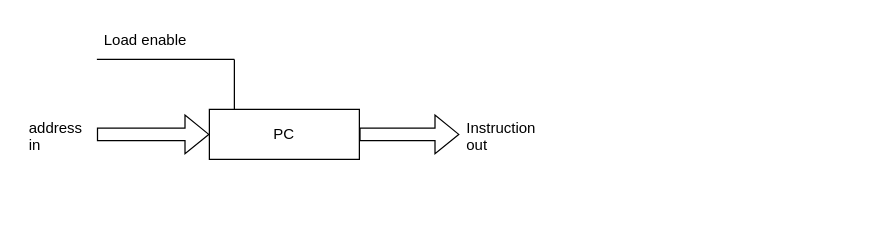
Before: diagrams/instruction_fetch.drawio in vittorio01/CustomCPU, a draw.io diagram. Source tidied: cells renumbered, new cells numbered last; positions are measured from the earlier drawing's top-left corner, leaving out a move shared by most shapes. Both pictures are drawn from the tidied source at 125%, with x=0, y=0 at pixel (21, 21).
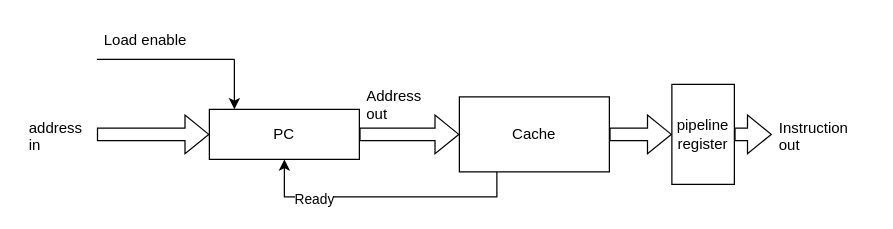
After the change.

Change to the diagram source:
```diff
@@
 <mxGraphModel>
   <root>
     <mxCell id="0" />
     <mxCell id="1" parent="0" />
     <mxCell id="2" value="PC" style="rounded=0;whiteSpace=wrap;html=1;" parent="1" vertex="1">
       <mxGeometry x="150" y="70" width="120" height="40" as="geometry" />
     </mxCell>
     <mxCell id="3" style="shape=flexArrow;endArrow=classic;html=1;rounded=0;entryX=0;entryY=0.5;entryDx=0;entryDy=0;" parent="1" edge="1" target="2">
       <mxGeometry relative="1" as="geometry">
         <mxPoint x="60" y="90" as="sourcePoint" />
       </mxGeometry>
     </mxCell>
     <mxCell id="4" style="endArrow=none;html=1;rounded=0;" parent="1" edge="1">
       <mxGeometry relative="1" as="geometry">
         <mxPoint x="60" y="30" as="sourcePoint" />
         <mxPoint x="170" y="30" as="targetPoint" />
       </mxGeometry>
     </mxCell>
-    <mxCell id="5" style="endArrow=none;html=1;rounded=0;" parent="1" edge="1">
-      <mxGeometry relative="1" as="geometry">
-        <mxPoint x="170" y="30" as="sourcePoint" />
-        <mxPoint x="170" y="70" as="targetPoint" />
-      </mxGeometry>
-    </mxCell>
     <mxCell id="6" style="shape=flexArrow;endArrow=classic;html=1;rounded=0;exitX=1;exitY=0.5;exitDx=0;exitDy=0;" parent="1" edge="1" source="2">
       <mxGeometry relative="1" as="geometry">
         <mxPoint x="350" y="90" as="targetPoint" />
       </mxGeometry>
     </mxCell>
     <mxCell id="7" value="&lt;div&gt;address in&lt;/div&gt;" style="text;strokeColor=none;fillColor=none;align=left;verticalAlign=middle;spacingLeft=4;spacingRight=4;overflow=hidden;whiteSpace=wrap;html=1;" parent="1" vertex="1">
       <mxGeometry y="75" width="60" height="30" as="geometry" />
     </mxCell>
     <mxCell id="8" value="&lt;div&gt;Load enable&lt;/div&gt;" style="text;strokeColor=none;fillColor=none;align=left;verticalAlign=middle;spacingLeft=4;spacingRight=4;overflow=hidden;whiteSpace=wrap;html=1;" parent="1" vertex="1">
       <mxGeometry x="60" width="80" height="30" as="geometry" />
     </mxCell>
-    <mxCell id="9" value="&lt;div&gt;Instruction out&lt;/div&gt;" style="text;strokeColor=none;fillColor=none;align=left;verticalAlign=middle;spacingLeft=4;spacingRight=4;overflow=hidden;whiteSpace=wrap;html=1;" parent="1" vertex="1">
-      <mxGeometry x="350" y="75" width="70" height="30" as="geometry" />
+    <mxCell id="9" value="&lt;div&gt;Address out&lt;/div&gt;" style="text;strokeColor=none;fillColor=none;align=left;verticalAlign=middle;spacingLeft=4;spacingRight=4;overflow=hidden;whiteSpace=wrap;html=1;" parent="1" vertex="1">
+      <mxGeometry x="270" y="50" width="70" height="30" as="geometry" />
     </mxCell>
+    <mxCell id="10" style="edgeStyle=orthogonalEdgeStyle;rounded=0;jettySize=auto;html=1;exitX=0.25;exitY=1;exitDx=0;exitDy=0;entryX=0.5;entryY=1;entryDx=0;entryDy=0;" parent="1" edge="1" source="12" target="2">
+      <mxGeometry relative="1" as="geometry" />
+    </mxCell>
+    <mxCell id="11" value="&lt;div&gt;Ready&lt;/div&gt;" style="edgeLabel;html=1;align=center;verticalAlign=middle;" parent="10" vertex="1">
+      <mxGeometry x="0.52" y="1" relative="1" as="geometry" />
+    </mxCell>
+    <mxCell id="12" value="&lt;div&gt;Cache&lt;/div&gt;" style="rounded=0;whiteSpace=wrap;html=1;" parent="1" vertex="1">
+      <mxGeometry x="350" y="60" width="120" height="60" as="geometry" />
+    </mxCell>
+    <mxCell id="13" style="shape=flexArrow;endArrow=classic;html=1;rounded=0;exitX=1;exitY=0.5;exitDx=0;exitDy=0;entryX=0;entryY=0.5;entryDx=0;entryDy=0;" parent="1" edge="1" source="12" target="16">
+      <mxGeometry relative="1" as="geometry" />
+    </mxCell>
+    <mxCell id="14" value="&lt;div&gt;Instruction out&lt;/div&gt;" style="text;strokeColor=none;fillColor=none;align=left;verticalAlign=middle;spacingLeft=4;spacingRight=4;overflow=hidden;points=[[0,0.5],[1,0.5]];portConstraint=eastwest;whiteSpace=wrap;html=1;" parent="1" vertex="1">
+      <mxGeometry x="600" y="75" width="80" height="30" as="geometry" />
+    </mxCell>
+    <mxCell id="15" style="endArrow=classic;html=1;rounded=0;entryX=0.167;entryY=0;entryDx=0;entryDy=0;entryPerimeter=0;" parent="1" edge="1" target="2">
+      <mxGeometry relative="1" as="geometry">
+        <mxPoint x="170" y="30" as="sourcePoint" />
+      </mxGeometry>
+    </mxCell>
+    <mxCell id="16" value="&lt;div&gt;pipeline&lt;/div&gt;&lt;div&gt;register&lt;br&gt;&lt;/div&gt;" style="rounded=0;whiteSpace=wrap;html=1;" parent="1" vertex="1">
+      <mxGeometry x="520" y="50" width="50" height="80" as="geometry" />
+    </mxCell>
+    <mxCell id="17" style="shape=flexArrow;endArrow=classic;html=1;rounded=0;exitX=1;exitY=0.5;exitDx=0;exitDy=0;entryX=0;entryY=0.5;entryDx=0;entryDy=0;" parent="1" edge="1" source="16" target="14">
+      <mxGeometry relative="1" as="geometry" />
+    </mxCell>
   </root>
 </mxGraphModel>
```
